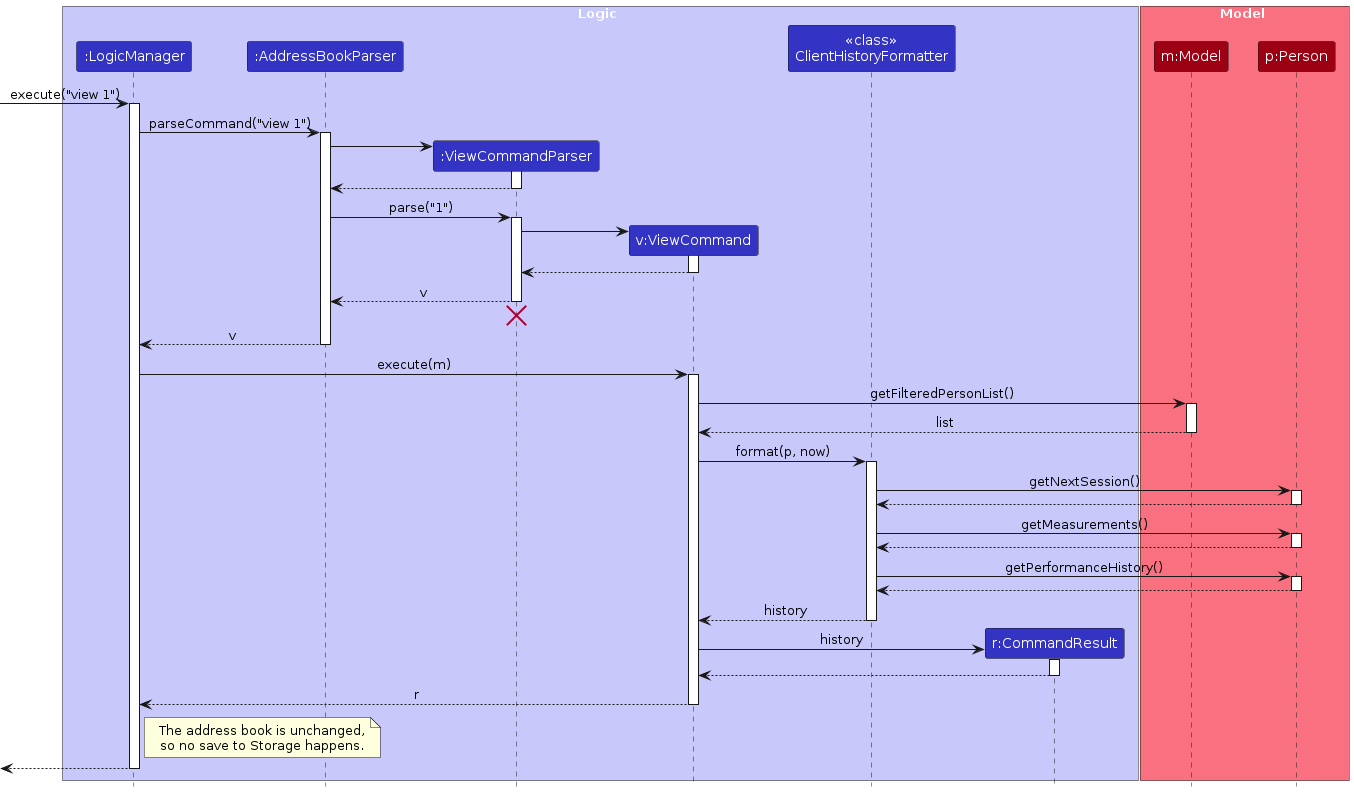
AY2627S1-CS2103T-F14a-2/tp keeps this PlantUML diagram as diagrams/ViewSequenceDiagram.png. Above is the earlier version. Its source is kept beside it as diagrams/ViewSequenceDiagram.puml. The source it was exported from:
```plantuml
@startuml
!include style.puml
skinparam ArrowFontStyle plain

box Logic LOGIC_COLOR_T1
participant ":LogicManager" as LogicManager LOGIC_COLOR
participant ":AddressBookParser" as AddressBookParser LOGIC_COLOR
participant ":ViewCommandParser" as ViewCommandParser LOGIC_COLOR
participant "v:ViewCommand" as ViewCommand LOGIC_COLOR
participant "<<class>>\nClientHistoryFormatter" as ClientHistoryFormatter LOGIC_COLOR
participant "r:CommandResult" as CommandResult LOGIC_COLOR
end box

box Model MODEL_COLOR_T1
participant "m:Model" as Model MODEL_COLOR
participant "p:Person" as Person MODEL_COLOR
end box

[-> LogicManager : execute("view 1")
activate LogicManager

LogicManager -> AddressBookParser : parseCommand("view 1")
activate AddressBookParser

create ViewCommandParser
AddressBookParser -> ViewCommandParser
activate ViewCommandParser

ViewCommandParser --> AddressBookParser
deactivate ViewCommandParser

AddressBookParser -> ViewCommandParser : parse("1")
activate ViewCommandParser

create ViewCommand
ViewCommandParser -> ViewCommand
activate ViewCommand

ViewCommand --> ViewCommandParser
deactivate ViewCommand

ViewCommandParser --> AddressBookParser : v
deactivate ViewCommandParser
ViewCommandParser -[hidden]-> AddressBookParser
destroy ViewCommandParser

AddressBookParser --> LogicManager : v
deactivate AddressBookParser

LogicManager -> ViewCommand : execute(m)
activate ViewCommand

ViewCommand -> Model : getFilteredPersonList()
activate Model

Model --> ViewCommand : list
deactivate Model

ViewCommand -> ClientHistoryFormatter : format(p, now)
activate ClientHistoryFormatter

ClientHistoryFormatter -> Person : getNextSession()
activate Person
Person --> ClientHistoryFormatter
deactivate Person

ClientHistoryFormatter -> Person : getMeasurements()
activate Person
Person --> ClientHistoryFormatter
deactivate Person

ClientHistoryFormatter -> Person : getPerformanceHistory()
activate Person
Person --> ClientHistoryFormatter
deactivate Person

ClientHistoryFormatter --> ViewCommand : history
deactivate ClientHistoryFormatter

create CommandResult
ViewCommand -> CommandResult : history
activate CommandResult

CommandResult --> ViewCommand
deactivate CommandResult

ViewCommand --> LogicManager : r
deactivate ViewCommand

note right of LogicManager
  The address book is unchanged,
  so no save to Storage happens.
end note

[<--LogicManager
deactivate LogicManager
@enduml
```
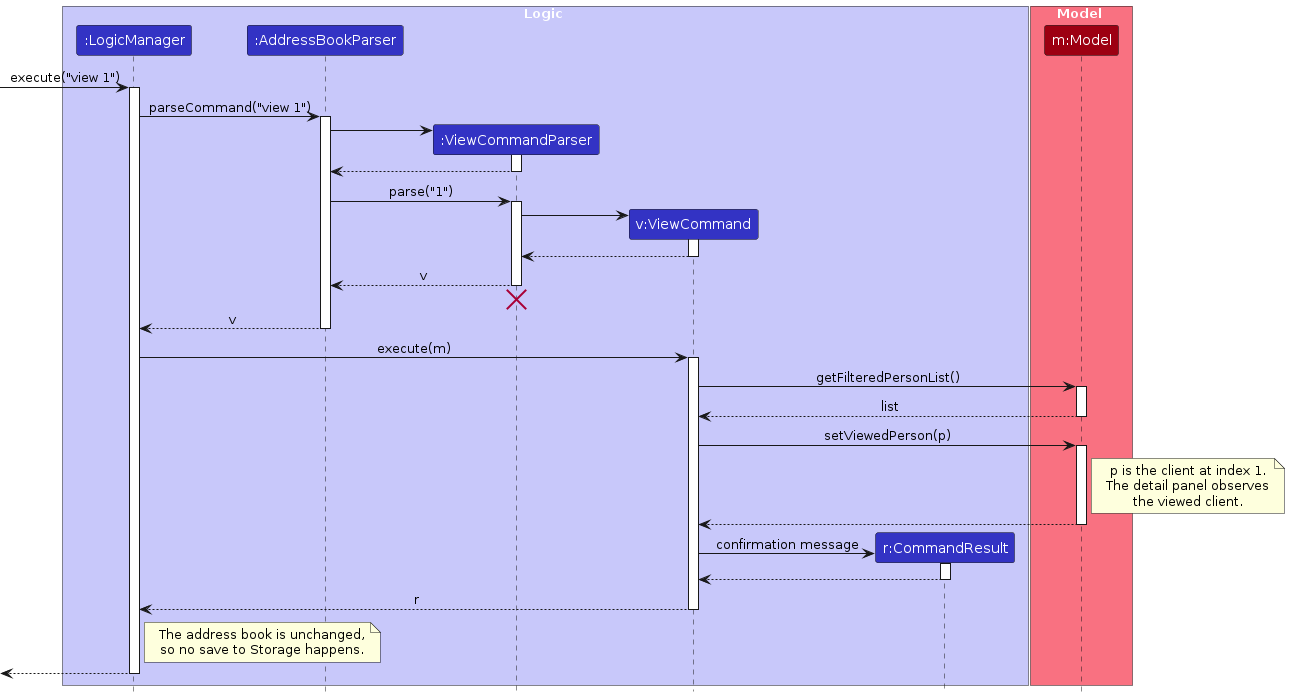
Later version of the same file.

What changed in the source:
```diff
@@ -7,13 +7,11 @@
 participant ":AddressBookParser" as AddressBookParser LOGIC_COLOR
 participant ":ViewCommandParser" as ViewCommandParser LOGIC_COLOR
 participant "v:ViewCommand" as ViewCommand LOGIC_COLOR
-participant "<<class>>\nClientHistoryFormatter" as ClientHistoryFormatter LOGIC_COLOR
 participant "r:CommandResult" as CommandResult LOGIC_COLOR
 end box
 
 box Model MODEL_COLOR_T1
 participant "m:Model" as Model MODEL_COLOR
-participant "p:Person" as Person MODEL_COLOR
 end box
 
 [-> LogicManager : execute("view 1")
@@ -56,29 +54,20 @@
 Model --> ViewCommand : list
 deactivate Model
 
-ViewCommand -> ClientHistoryFormatter : format(p, now)
-activate ClientHistoryFormatter
+ViewCommand -> Model : setViewedPerson(p)
+activate Model
 
-ClientHistoryFormatter -> Person : getNextSession()
-activate Person
-Person --> ClientHistoryFormatter
-deactivate Person
+note right of Model
+  p is the client at index 1.
+  The detail panel observes
+  the viewed client.
+end note
 
-ClientHistoryFormatter -> Person : getMeasurements()
-activate Person
-Person --> ClientHistoryFormatter
-deactivate Person
-
-ClientHistoryFormatter -> Person : getPerformanceHistory()
-activate Person
-Person --> ClientHistoryFormatter
-deactivate Person
-
-ClientHistoryFormatter --> ViewCommand : history
-deactivate ClientHistoryFormatter
+Model --> ViewCommand
+deactivate Model
 
 create CommandResult
-ViewCommand -> CommandResult : history
+ViewCommand -> CommandResult : confirmation message
 activate CommandResult
 
 CommandResult --> ViewCommand
```
